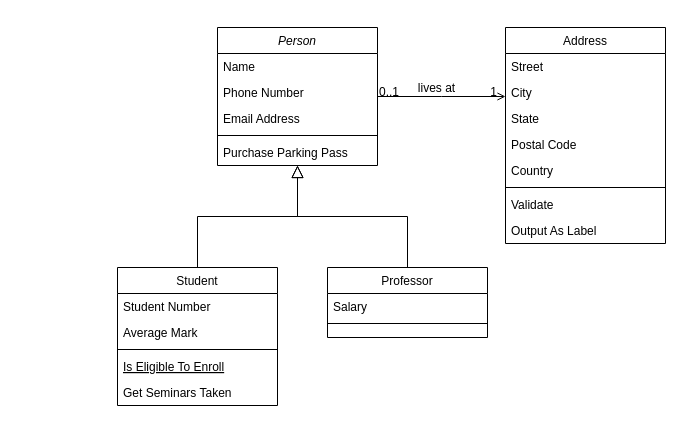
This is Untitled Diagram.drawio from jiang0906/6-2, a draw.io file, before an edit. Source tidied: cells renumbered, new cells numbered last; positions are measured from the earlier drawing's top-left corner, leaving out a move shared by most shapes. Both pictures are drawn from the tidied source at 100%, with x=0, y=0 at pixel (117, 27).
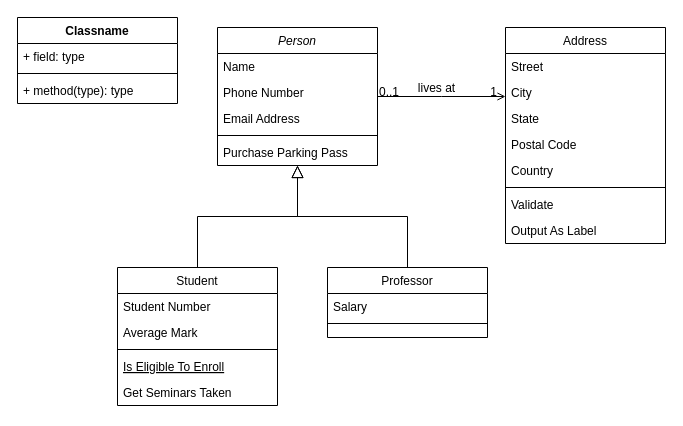
The same page after the edit.

Change to the diagram source:
```diff
@@
+    <mxCell id="32" value="Classname" style="swimlane;fontStyle=1;align=center;verticalAlign=top;horizontal=1;startSize=26;" parent="1" vertex="1">
+      <mxGeometry x="-100" y="-10" width="160" height="86" as="geometry" />
+    </mxCell>
+    <mxCell id="33" value="+ field: type" style="text;strokeColor=none;fillColor=none;align=left;verticalAlign=top;spacingLeft=4;spacingRight=4;overflow=hidden;" parent="32" vertex="1">
+      <mxGeometry y="26" width="160" height="26" as="geometry" />
+    </mxCell>
+    <mxCell id="34" style="line;strokeWidth=1;fillColor=none;align=left;verticalAlign=middle;spacingTop=-1;spacingLeft=3;spacingRight=3;labelPosition=right;" parent="32" vertex="1">
+      <mxGeometry y="52" width="160" height="8" as="geometry" />
+    </mxCell>
+    <mxCell id="35" value="+ method(type): type" style="text;strokeColor=none;fillColor=none;align=left;verticalAlign=top;spacingLeft=4;spacingRight=4;overflow=hidden;" parent="32" vertex="1">
+      <mxGeometry y="60" width="160" height="26" as="geometry" />
+    </mxCell>
```
